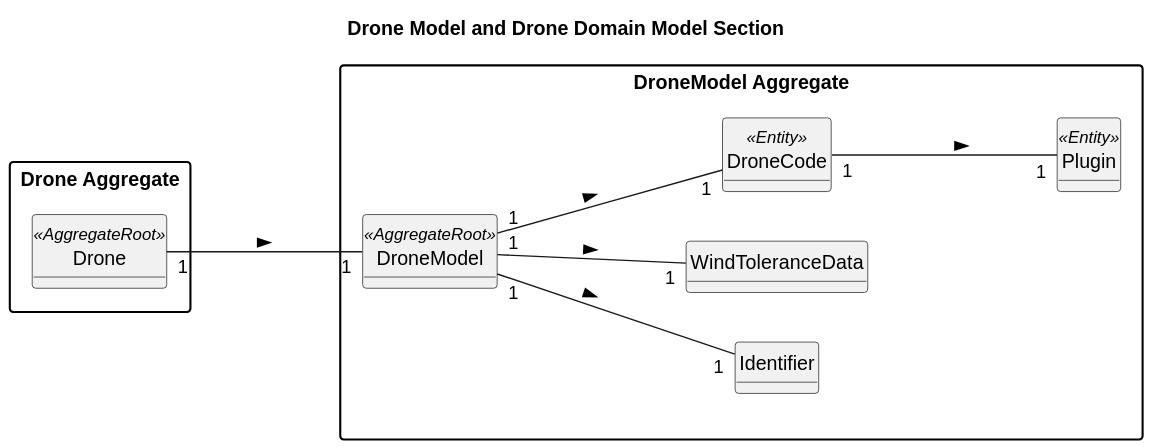
Above: docs/planning/sprint2/EAPLI/US240 - Drone model creation/02.analysis/svg/us240-domain-model-Drone Model and Drone Domain Model Section.svg in SAEmanuel/Shodrone_ISEP (PlantUML), before the change. Source of this version:
```plantuml
@startuml
skinparam monochrome true
skinparam packageStyle rectangle
skinparam shadowing false
left to right direction

title Drone Model and Drone Domain Model Section

hide circles
hide methods

package "DroneModel Aggregate" {

    class DroneModel <<AggregateRoot>> {
    }

    class Identifier {
    }

    class WindToleranceData {
    }

    class DroneCode <<Entity>> {
    }

    class Plugin <<Entity>> {
    }


}

package "Drone Aggregate" {
    class Drone <<AggregateRoot>> {
    }
}

DroneModel "1" --- "1" Identifier : >
DroneModel "1" --- "1" WindToleranceData : >
DroneModel "1" --- "1" DroneCode : >
DroneCode "1" --- "1" Plugin : >

Drone "1" --- "1" DroneModel : >
@enduml
```
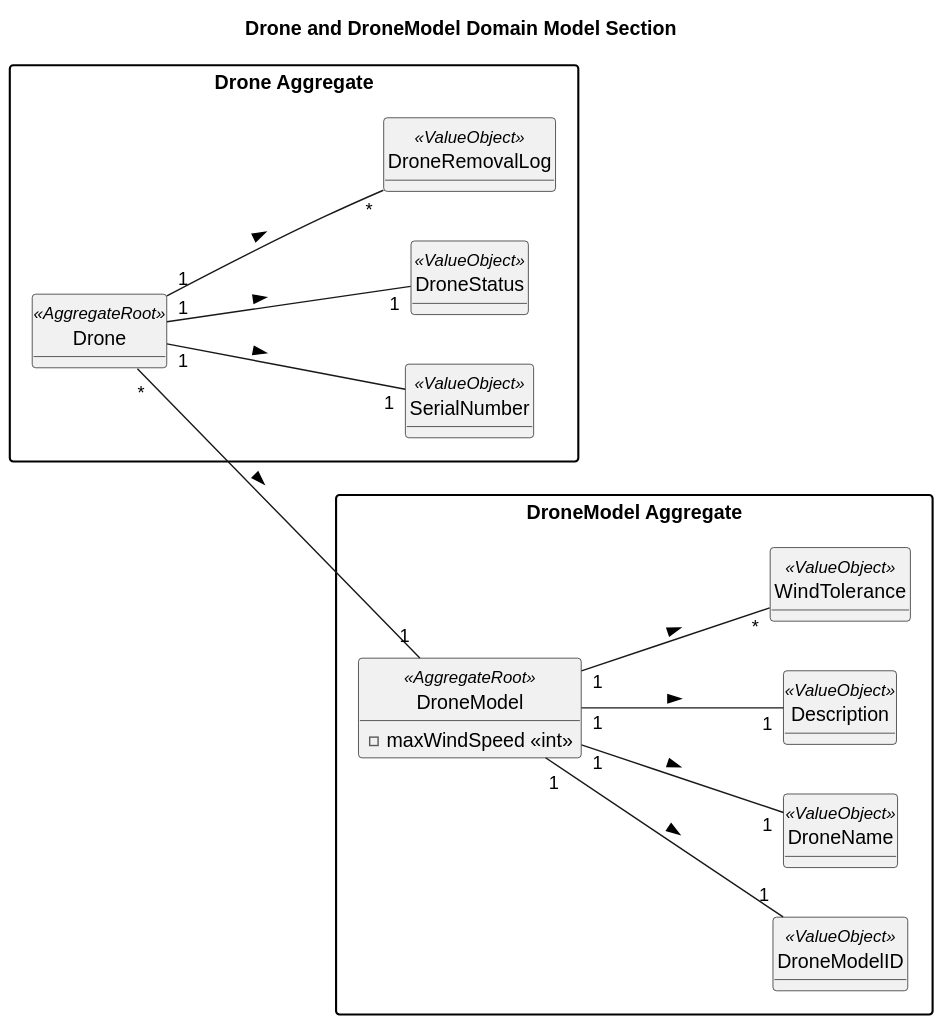
After the commit.

Commit message:
[US240 - Analysis - Issue #1/#108#114]  Analysis final version.

Diff of the diagram source:
```diff
@@ -4,40 +4,52 @@
 skinparam shadowing false
 left to right direction
 
-title Drone Model and Drone Domain Model Section
+title Drone and DroneModel Domain Model Section
 
 hide circles
 hide methods
 
+package "Drone Aggregate" {
+
+    class Drone <<AggregateRoot>> {
+
+    }
+
+    class SerialNumber <<ValueObject>> {
+    }
+
+    class DroneStatus <<ValueObject>> {
+    }
+
+    class DroneRemovalLog <<ValueObject>> {
+    }
+}
+
 package "DroneModel Aggregate" {
 
     class DroneModel <<AggregateRoot>> {
+    - maxWindSpeed <<int>>
     }
 
-    class Identifier {
+    class DroneModelID <<ValueObject>> {
     }
 
-    class WindToleranceData {
+    class DroneName <<ValueObject>> {
     }
 
-    class DroneCode <<Entity>> {
+    class Description <<ValueObject>> {
     }
 
-    class Plugin <<Entity>> {
-    }
-
-
-}
-
-package "Drone Aggregate" {
-    class Drone <<AggregateRoot>> {
+    class WindTolerance <<ValueObject>> {
     }
 }
 
-DroneModel "1" --- "1" Identifier : >
-DroneModel "1" --- "1" WindToleranceData : >
-DroneModel "1" --- "1" DroneCode : >
-DroneCode "1" --- "1" Plugin : >
-
-Drone "1" --- "1" DroneModel : >
+Drone "*" --- "1" DroneModel : >
+Drone "1" --- "1" SerialNumber : >
+Drone "1" --- "1" DroneStatus : >
+Drone "1" --- "*" DroneRemovalLog : >
+DroneModel "1" --- "1" DroneModelID : >
+DroneModel "1" --- "1" DroneName : >
+DroneModel "1" --- "1" Description : >
+DroneModel "1" --- "*" WindTolerance : >
 @enduml
```
